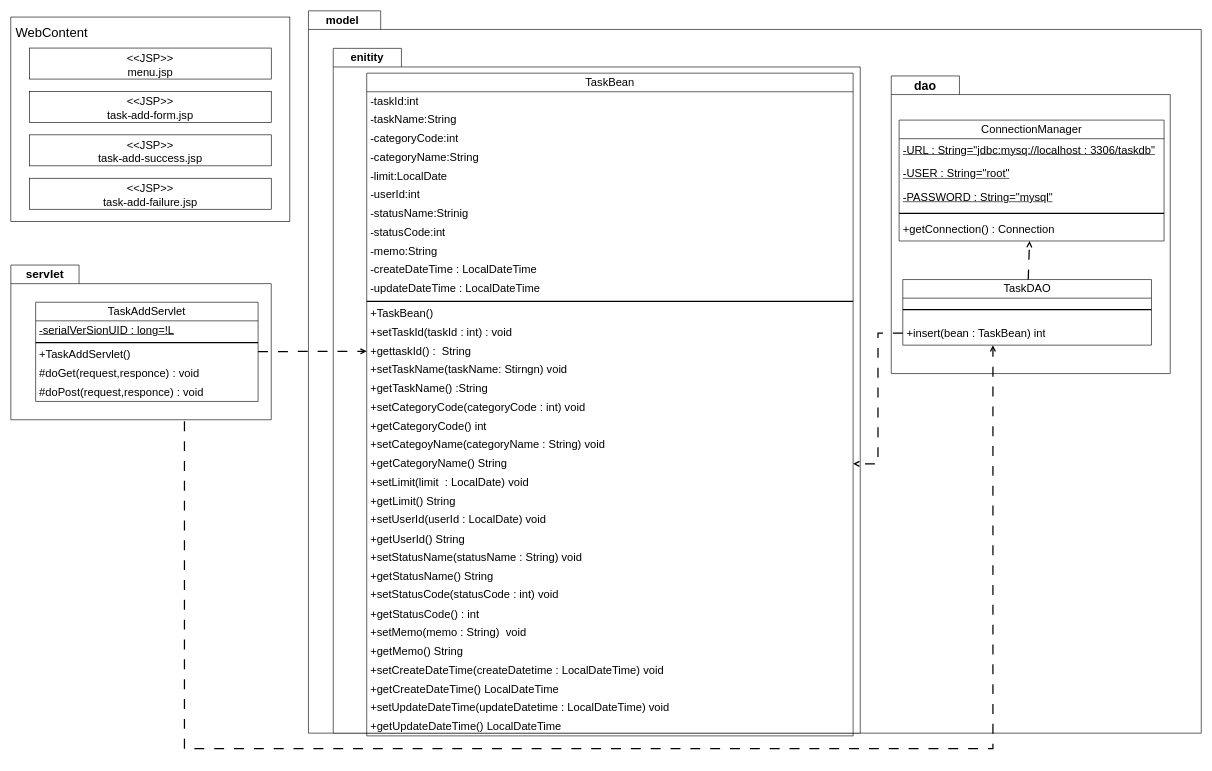
Earlier version of the draw.io diagram Documents/詳細クラス図_登録.drawio (comsize-Furudate/taskUN). Source tidied: cells renumbered, new cells numbered last; positions are measured from the earlier drawing's top-left corner, leaving out a move shared by most shapes. Both pictures are drawn from the tidied source at 62%, with x=0, y=0 at pixel (11, 11).
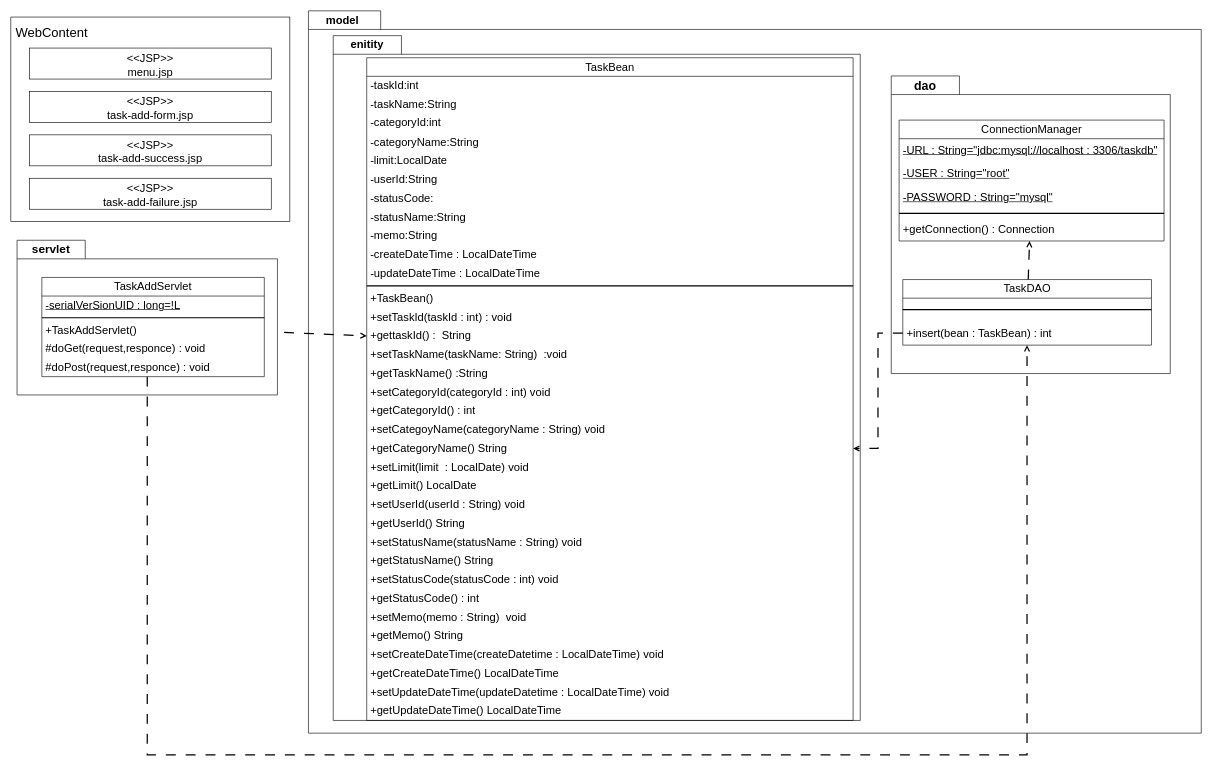
The same diagram, later.

Commit message:
TaskBean_修正版

The change refers to these unchanged cells:
```xml
<mxCell id="2" value="&lt;font style=&quot;font-size: 18px;&quot;&gt;model&lt;/font&gt;" style="shape=folder;fontStyle=1;tabWidth=110;tabHeight=30;tabPosition=left;html=1;boundedLbl=1;labelInHeader=1;whiteSpace=wrap;" parent="1" vertex="1">
  <mxGeometry x="480" width="1440" height="1165" as="geometry" />
</mxCell>
<mxCell id="22" value="&lt;font style=&quot;font-size: 18px;&quot;&gt;+gettaskId() :&amp;nbsp; String&lt;/font&gt;" style="text;strokeColor=none;fillColor=none;align=left;verticalAlign=middle;spacingLeft=4;spacingRight=4;overflow=hidden;points=[[0,0.5],[1,0.5]];portConstraint=eastwest;whiteSpace=wrap;html=1;" parent="7" vertex="1">
  <mxGeometry y="433.5" width="784.5" height="30.3" as="geometry" />
</mxCell>
<mxCell id="44" value="&lt;font style=&quot;font-size: 18px;&quot;&gt;ConnectionManager&lt;/font&gt;" style="swimlane;fontStyle=0;horizontal=1;startSize=30;whiteSpace=wrap;html=1;" parent="43" vertex="1">
  <mxGeometry x="12.7" y="71.2" width="427.3" height="195" as="geometry" />
</mxCell>
<mxCell id="50" value="TaskDAO" style="swimlane;fontStyle=0;horizontal=1;startSize=30;whiteSpace=wrap;html=1;fontSize=18;" parent="43" vertex="1">
  <mxGeometry x="18.6" y="328.4" width="401.1" height="105.8" as="geometry" />
</mxCell>
<mxCell id="63" value="&lt;font style=&quot;font-size: 18px;&quot;&gt;TaskAddServlet&lt;/font&gt;" style="swimlane;fontStyle=0;horizontal=1;startSize=30;whiteSpace=wrap;html=1;" parent="61" vertex="1">
  <mxGeometry x="40" y="60" width="358.8" height="160" as="geometry" />
</mxCell>
```

What changed in the source:
```diff
@@
     <mxCell id="5" value="&lt;font style=&quot;font-size: 18px;&quot;&gt;enitity&lt;/font&gt;" style="shape=folder;fontStyle=1;tabWidth=110;tabHeight=30;tabPosition=left;html=1;boundedLbl=1;labelInHeader=1;whiteSpace=wrap;" parent="2" vertex="1">
-      <mxGeometry x="40" y="60.5" width="850" height="1104.5" as="geometry" />
+      <mxGeometry x="40" y="40" width="850" height="1104.5" as="geometry" />
     </mxCell>
@@
     <mxCell id="7" value="&lt;font style=&quot;font-size: 18px;&quot;&gt;TaskBean&lt;/font&gt;" style="swimlane;fontStyle=0;horizontal=1;startSize=30;whiteSpace=wrap;html=1;" parent="5" vertex="1">
-      <mxGeometry x="54" y="40" width="784.5" height="1068.9" as="geometry" />
+      <mxGeometry x="54" y="35.6" width="784.5" height="1068.9" as="geometry" />
     </mxCell>
@@
-    <mxCell id="10" value="-categoryCode:int" style="text;strokeColor=none;fillColor=none;align=left;verticalAlign=middle;spacingLeft=4;spacingRight=4;overflow=hidden;whiteSpace=wrap;html=1;fontSize=18;" parent="7" vertex="1">
+    <mxCell id="10" value="-categoryId:int" style="text;strokeColor=none;fillColor=none;align=left;verticalAlign=middle;spacingLeft=4;spacingRight=4;overflow=hidden;whiteSpace=wrap;html=1;fontSize=18;" parent="7" vertex="1">
       <mxGeometry y="90.5" width="784.5" height="30.3" as="geometry" />
     </mxCell>
@@
-    <mxCell id="13" value="-userId:int" style="text;strokeColor=none;fillColor=none;align=left;verticalAlign=middle;spacingLeft=4;spacingRight=4;overflow=hidden;whiteSpace=wrap;html=1;fontSize=18;" parent="7" vertex="1">
+    <mxCell id="13" value="-userId:String" style="text;strokeColor=none;fillColor=none;align=left;verticalAlign=middle;spacingLeft=4;spacingRight=4;overflow=hidden;whiteSpace=wrap;html=1;fontSize=18;" parent="7" vertex="1">
       <mxGeometry y="181.3" width="784.5" height="30.3" as="geometry" />
     </mxCell>
+    <mxCell id="15" value="-statusCode:" style="text;strokeColor=none;fillColor=none;align=left;verticalAlign=middle;spacingLeft=4;spacingRight=4;overflow=hidden;whiteSpace=wrap;html=1;fontSize=18;" parent="7" vertex="1">
+      <mxGeometry y="211.6" width="784.5" height="30.3" as="geometry" />
+    </mxCell>
-    <mxCell id="14" value="-statusName:Strinig" style="text;strokeColor=none;fillColor=none;align=left;verticalAlign=middle;spacingLeft=4;spacingRight=4;overflow=hidden;whiteSpace=wrap;html=1;fontSize=18;" parent="7" vertex="1">
-      <mxGeometry y="211.6" width="784.5" height="30.3" as="geometry" />
+    <mxCell id="14" value="-statusName:String" style="text;strokeColor=none;fillColor=none;align=left;verticalAlign=middle;spacingLeft=4;spacingRight=4;overflow=hidden;whiteSpace=wrap;html=1;fontSize=18;" parent="7" vertex="1">
+      <mxGeometry y="241.8" width="784.5" height="30.3" as="geometry" />
     </mxCell>
-    <mxCell id="15" value="-statusCode:int" style="text;strokeColor=none;fillColor=none;align=left;verticalAlign=middle;spacingLeft=4;spacingRight=4;overflow=hidden;whiteSpace=wrap;html=1;fontSize=18;" parent="7" vertex="1">
-      <mxGeometry y="241.8" width="784.5" height="30.3" as="geometry" />
-    </mxCell>
@@
-    <mxCell id="23" value="+setTaskName(taskName: Stirngn) void" style="text;strokeColor=none;fillColor=none;align=left;verticalAlign=middle;spacingLeft=4;spacingRight=4;overflow=hidden;whiteSpace=wrap;html=1;fontSize=18;" parent="7" vertex="1">
+    <mxCell id="23" value="+setTaskName(taskName: String)&amp;nbsp; :void" style="text;strokeColor=none;fillColor=none;align=left;verticalAlign=middle;spacingLeft=4;spacingRight=4;overflow=hidden;whiteSpace=wrap;html=1;fontSize=18;" parent="7" vertex="1">
       <mxGeometry y="463.7" width="784.5" height="30.3" as="geometry" />
     </mxCell>
@@
-    <mxCell id="25" value="+setCategoryCode(categoryCode : int) void" style="text;strokeColor=none;fillColor=none;align=left;verticalAlign=middle;spacingLeft=4;spacingRight=4;overflow=hidden;whiteSpace=wrap;html=1;fontSize=18;" parent="7" vertex="1">
+    <mxCell id="25" value="+setCategoryId(categoryId : int) void" style="text;strokeColor=none;fillColor=none;align=left;verticalAlign=middle;spacingLeft=4;spacingRight=4;overflow=hidden;whiteSpace=wrap;html=1;fontSize=18;" parent="7" vertex="1">
       <mxGeometry y="524.2" width="784.5" height="30.3" as="geometry" />
     </mxCell>
-    <mxCell id="26" value="+getCategoryCode() int" style="text;strokeColor=none;fillColor=none;align=left;verticalAlign=middle;spacingLeft=4;spacingRight=4;overflow=hidden;whiteSpace=wrap;html=1;fontSize=18;" parent="7" vertex="1">
+    <mxCell id="26" value="+getCategoryId() : int" style="text;strokeColor=none;fillColor=none;align=left;verticalAlign=middle;spacingLeft=4;spacingRight=4;overflow=hidden;whiteSpace=wrap;html=1;fontSize=18;" parent="7" vertex="1">
       <mxGeometry y="554.5" width="784.5" height="30.3" as="geometry" />
     </mxCell>
@@
-    <mxCell id="30" value="+getLimit() String" style="text;strokeColor=none;fillColor=none;align=left;verticalAlign=middle;spacingLeft=4;spacingRight=4;overflow=hidden;whiteSpace=wrap;html=1;fontSize=18;" parent="7" vertex="1">
+    <mxCell id="30" value="+getLimit() LocalDate" style="text;strokeColor=none;fillColor=none;align=left;verticalAlign=middle;spacingLeft=4;spacingRight=4;overflow=hidden;whiteSpace=wrap;html=1;fontSize=18;" parent="7" vertex="1">
       <mxGeometry y="675.5" width="784.5" height="30.3" as="geometry" />
     </mxCell>
-    <mxCell id="31" value="+setUserId(userId : LocalDate) void" style="text;strokeColor=none;fillColor=none;align=left;verticalAlign=middle;spacingLeft=4;spacingRight=4;overflow=hidden;whiteSpace=wrap;html=1;fontSize=18;" parent="7" vertex="1">
+    <mxCell id="31" value="+setUserId(userId : String) void" style="text;strokeColor=none;fillColor=none;align=left;verticalAlign=middle;spacingLeft=4;spacingRight=4;overflow=hidden;whiteSpace=wrap;html=1;fontSize=18;" parent="7" vertex="1">
       <mxGeometry y="705.8" width="784.5" height="30.3" as="geometry" />
     </mxCell>
@@
-    <mxCell id="45" value="&lt;u&gt;-URL : String=&quot;jdbc:mysq://localhost : 3306/taskdb&quot;&lt;/u&gt;" style="text;strokeColor=none;fillColor=none;align=left;verticalAlign=middle;spacingLeft=4;spacingRight=4;overflow=hidden;whiteSpace=wrap;html=1;fontSize=18;" parent="44" vertex="1">
+    <mxCell id="45" value="&lt;u&gt;-URL : String=&quot;jdbc:mysql://localhost : 3306/taskdb&quot;&lt;/u&gt;" style="text;strokeColor=none;fillColor=none;align=left;verticalAlign=middle;spacingLeft=4;spacingRight=4;overflow=hidden;whiteSpace=wrap;html=1;fontSize=18;" parent="44" vertex="1">
       <mxGeometry y="30" width="427.3" height="38.1" as="geometry" />
     </mxCell>
@@
-    <mxCell id="52" value="+insert(bean : TaskBean) int" style="text;strokeColor=none;fillColor=none;align=left;verticalAlign=middle;spacingLeft=4;spacingRight=4;overflow=hidden;points=[[0,0.5],[1,0.5]];portConstraint=eastwest;whiteSpace=wrap;html=1;fontSize=18;" parent="50" vertex="1">
+    <mxCell id="52" value="+insert(bean : TaskBean) : int" style="text;strokeColor=none;fillColor=none;align=left;verticalAlign=middle;spacingLeft=4;spacingRight=4;overflow=hidden;points=[[0,0.5],[1,0.5]];portConstraint=eastwest;whiteSpace=wrap;html=1;fontSize=18;" parent="50" vertex="1">
       <mxGeometry y="66.8" width="401.1" height="39" as="geometry" />
     </mxCell>
@@
-    <mxCell id="54" style="edgeStyle=orthogonalEdgeStyle;rounded=0;jettySize=auto;html=1;dashed=1;dashPattern=8 8;endArrow=open;endFill=0;strokeWidth=2;" parent="2" edge="1" source="63" target="52">
-      <mxGeometry relative="1" as="geometry">
-        <Array as="points">
-          <mxPoint x="-200" y="1190" />
-          <mxPoint x="1104" y="1190" />
-        </Array>
-      </mxGeometry>
-    </mxCell>
@@
+    <mxCell id="69" style="edgeStyle=none;rounded=0;jettySize=auto;html=1;entryX=0;entryY=0.5;entryDx=0;entryDy=0;dashed=1;dashPattern=8 8;endArrow=open;endFill=0;strokeWidth=2;" parent="1" edge="1" source="63" target="22">
+      <mxGeometry relative="1" as="geometry" />
+    </mxCell>
     <mxCell id="61" value="&lt;font style=&quot;font-size: 19px;&quot;&gt;servlet&lt;/font&gt;" style="shape=folder;fontStyle=1;tabWidth=110;tabHeight=30;tabPosition=left;html=1;boundedLbl=1;labelInHeader=1;whiteSpace=wrap;" parent="1" vertex="1">
-      <mxGeometry y="410" width="420" height="249.5" as="geometry" />
+      <mxGeometry x="10" y="370" width="420" height="249.5" as="geometry" />
     </mxCell>
@@
-    <mxCell id="69" style="edgeStyle=none;rounded=0;jettySize=auto;html=1;entryX=0;entryY=0.5;entryDx=0;entryDy=0;dashed=1;dashPattern=8 8;endArrow=open;endFill=0;strokeWidth=2;" parent="1" edge="1" source="63" target="22">
-      <mxGeometry relative="1" as="geometry" />
-    </mxCell>
+    <mxCell id="54" style="edgeStyle=orthogonalEdgeStyle;rounded=0;jettySize=auto;html=1;endArrow=open;endFill=0;strokeWidth=2;dashed=1;dashPattern=8 8;" parent="1" edge="1" source="63" target="52">
+      <mxGeometry relative="1" as="geometry">
+        <Array as="points">
+          <mxPoint x="220" y="1200" />
+          <mxPoint x="1639" y="1200" />
+        </Array>
+      </mxGeometry>
+    </mxCell>
```
